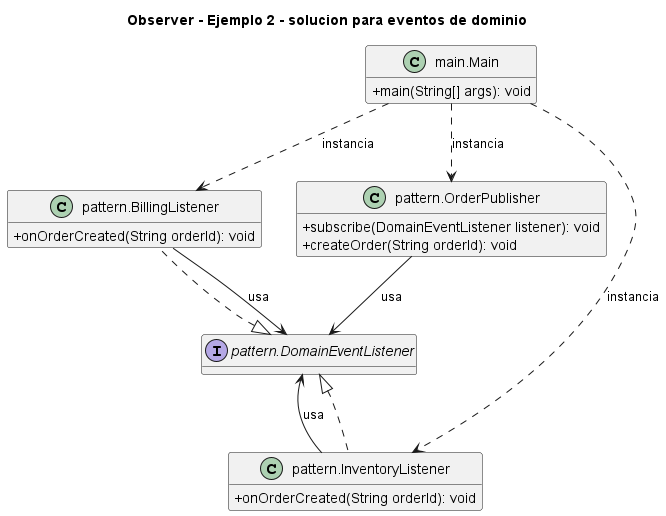
The PlantUML diagram 3. Comportamentales/Observer/Ejemplo 2 - solucion para eventos de dominio/UML.png in NicoCG32/Patrones-de-Software-y-Programacion-UCN, before a commit. Source of this version:
```plantuml
@startuml
title Observer - Ejemplo 2 - solucion para eventos de dominio
skinparam classAttributeIconSize 0
hide empty fields
class "main.Main" as main_Main {
  +main(String[] args): void
}
class "pattern.BillingListener" as pattern_BillingListener {
  +onOrderCreated(String orderId): void
}
interface "pattern.DomainEventListener" as pattern_DomainEventListener {
}
class "pattern.InventoryListener" as pattern_InventoryListener {
  +onOrderCreated(String orderId): void
}
class "pattern.OrderPublisher" as pattern_OrderPublisher {
  +subscribe(DomainEventListener listener): void
  +createOrder(String orderId): void
}
pattern_DomainEventListener <|.. pattern_BillingListener
pattern_DomainEventListener <|.. pattern_InventoryListener
main_Main ..> pattern_BillingListener : instancia
main_Main ..> pattern_InventoryListener : instancia
main_Main ..> pattern_OrderPublisher : instancia
pattern_BillingListener --> pattern_DomainEventListener : usa
pattern_InventoryListener --> pattern_DomainEventListener : usa
pattern_OrderPublisher --> pattern_DomainEventListener : usa
@enduml
```
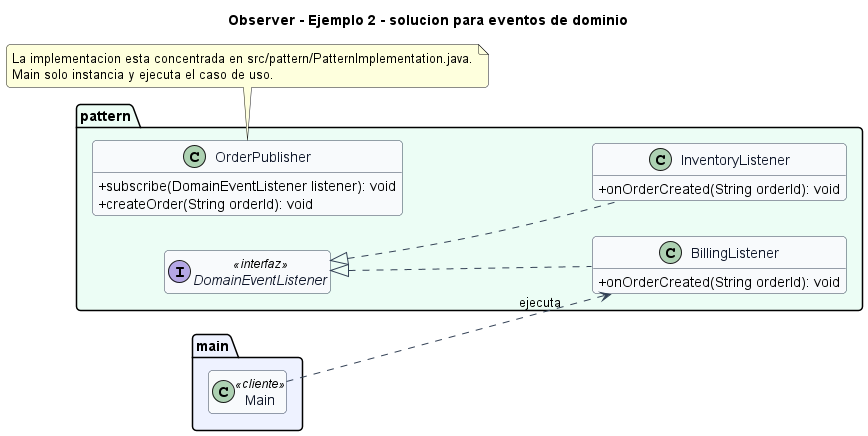
Above is the later version.

What changed in the source:
```diff
@@ -1,28 +1,43 @@
 @startuml
 title Observer - Ejemplo 2 - solucion para eventos de dominio
+left to right direction
+skinparam backgroundColor #FFFFFF
+skinparam shadowing false
+skinparam roundcorner 8
 skinparam classAttributeIconSize 0
-hide empty fields
-class "main.Main" as main_Main {
-  +main(String[] args): void
+skinparam class {
+  BackgroundColor #F8FAFC
+  BorderColor #334155
+  ArrowColor #334155
+  FontColor #0F172A
 }
-class "pattern.BillingListener" as pattern_BillingListener {
-  +onOrderCreated(String orderId): void
+hide empty members
+
+package "main" #EEF2FF {
+  class Main <<cliente>>
 }
-interface "pattern.DomainEventListener" as pattern_DomainEventListener {
+
+package "pattern" #ECFDF5 {
+  class BillingListener {
+    +onOrderCreated(String orderId): void
+  }
+  interface DomainEventListener <<interfaz>> {
+  }
+  class InventoryListener {
+    +onOrderCreated(String orderId): void
+  }
+  class OrderPublisher {
+    +subscribe(DomainEventListener listener): void
+    +createOrder(String orderId): void
+  }
 }
-class "pattern.InventoryListener" as pattern_InventoryListener {
-  +onOrderCreated(String orderId): void
-}
-class "pattern.OrderPublisher" as pattern_OrderPublisher {
-  +subscribe(DomainEventListener listener): void
-  +createOrder(String orderId): void
-}
-pattern_DomainEventListener <|.. pattern_BillingListener
-pattern_DomainEventListener <|.. pattern_InventoryListener
-main_Main ..> pattern_BillingListener : instancia
-main_Main ..> pattern_InventoryListener : instancia
-main_Main ..> pattern_OrderPublisher : instancia
-pattern_BillingListener --> pattern_DomainEventListener : usa
-pattern_InventoryListener --> pattern_DomainEventListener : usa
-pattern_OrderPublisher --> pattern_DomainEventListener : usa
+
+DomainEventListener <|.. BillingListener
+DomainEventListener <|.. InventoryListener
+Main ..> BillingListener : ejecuta
+
+note bottom
+La implementacion esta concentrada en src/pattern/PatternImplementation.java.
+Main solo instancia y ejecuta el caso de uso.
+end note
 @enduml
```
